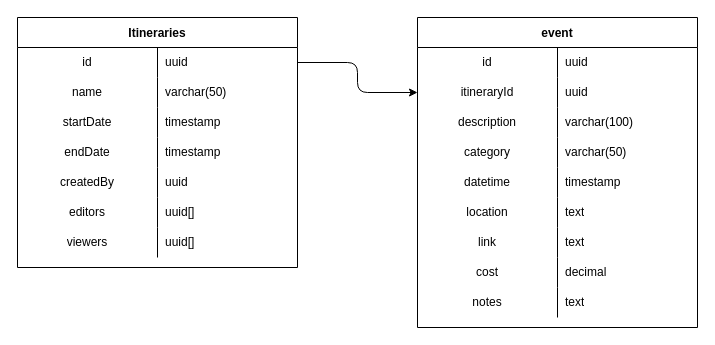
Earlier version of the draw.io diagram design/db_schema.drawio (Deadman-Ventures/thespot). Source tidied: cells renumbered, new cells numbered last; positions are measured from the earlier drawing's top-left corner, leaving out a move shared by most shapes. Both pictures are drawn from the tidied source at 100%, with x=0, y=0 at pixel (17, 17).
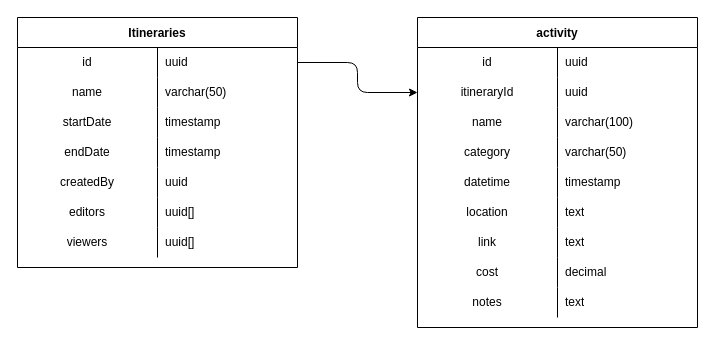
The same diagram, later.

Unchanged cells that the change refers to:
```xml
<mxCell id="31" style="shape=tableRow;horizontal=0;startSize=0;swimlaneHead=0;swimlaneBody=0;top=0;left=0;bottom=0;right=0;fillColor=none;" parent="24" vertex="1">
  <mxGeometry y="90" width="280" height="30" as="geometry" />
</mxCell>
```

Change to the diagram source:
```diff
@@
-    <mxCell id="24" value="event" style="shape=table;startSize=30;childLayout=tableLayout;rowLines=0;fontStyle=1;" parent="1" vertex="1">
+    <mxCell id="24" value="activity" style="shape=table;startSize=30;childLayout=tableLayout;rowLines=0;fontStyle=1;" parent="1" vertex="1">
       <mxGeometry x="400" width="280" height="310" as="geometry" />
     </mxCell>
@@
-    <mxCell id="32" value="description" style="shape=partialRectangle;html=1;whiteSpace=wrap;fillColor=none;top=0;left=0;bottom=0;right=0;overflow=hidden;" parent="31" vertex="1">
+    <mxCell id="32" value="name" style="shape=partialRectangle;html=1;whiteSpace=wrap;fillColor=none;top=0;left=0;bottom=0;right=0;overflow=hidden;" parent="31" vertex="1">
       <mxGeometry width="140" height="30" as="geometry" />
     </mxCell>
```
